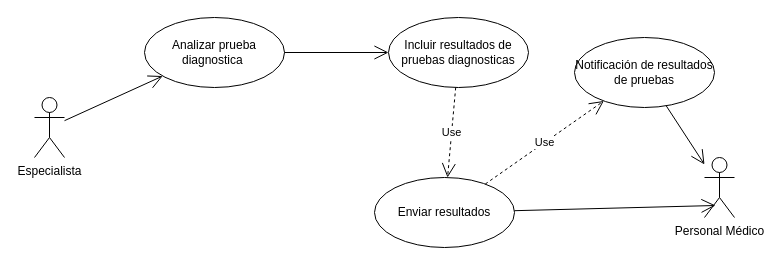
Above: page "CU Especialista" (12 of 15) of Diagramas de los Módulos.drawio in marguello86/Equipo1_MINSA (draw.io), before the change. Source tidied: cells renumbered, new cells numbered last; positions are measured from the earlier drawing's top-left corner, leaving out a move shared by most shapes. Both pictures are drawn from the tidied source at 100%, with x=0, y=0 at pixel (34, 17).
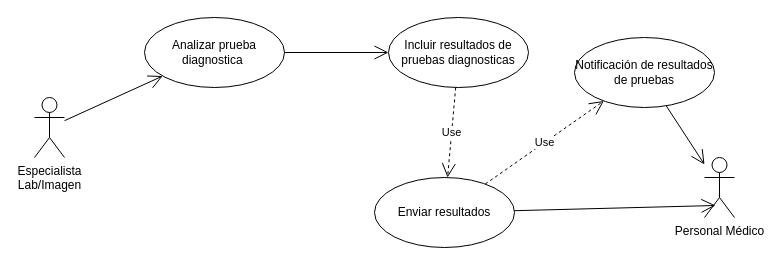
The same page after the edit.

Diff of the diagram source:
```diff
@@
 <mxGraphModel>
   <root>
     <mxCell id="0" />
     <mxCell id="1" parent="0" />
-    <mxCell id="2" value="Especialista" style="shape=umlActor;verticalLabelPosition=bottom;verticalAlign=top;html=1;" parent="1" vertex="1">
+    <mxCell id="2" value="Especialista&lt;br&gt;Lab/Imagen" style="shape=umlActor;verticalLabelPosition=bottom;verticalAlign=top;html=1;" parent="1" vertex="1">
       <mxGeometry y="80" width="30" height="60" as="geometry" />
     </mxCell>
     <mxCell id="3" value="Analizar prueba diagnostica&amp;nbsp;" style="ellipse;whiteSpace=wrap;html=1;" parent="1" vertex="1">
       <mxGeometry x="110" width="140" height="70" as="geometry" />
     </mxCell>
     <mxCell id="4" style="endArrow=open;endFill=1;endSize=12;html=1;rounded=0;" parent="1" edge="1" source="2" target="3">
       <mxGeometry relative="1" as="geometry" />
     </mxCell>
     <mxCell id="5" value="Incluir resultados de pruebas diagnosticas" style="ellipse;whiteSpace=wrap;html=1;" parent="1" vertex="1">
       <mxGeometry x="354" width="140" height="70" as="geometry" />
     </mxCell>
     <mxCell id="6" style="endArrow=open;endFill=1;endSize=12;html=1;rounded=0;" parent="1" edge="1" source="3" target="5">
       <mxGeometry relative="1" as="geometry" />
     </mxCell>
     <mxCell id="7" value="Personal Médico" style="shape=umlActor;verticalLabelPosition=bottom;verticalAlign=top;html=1;" parent="1" vertex="1">
       <mxGeometry x="670" y="140" width="30" height="60" as="geometry" />
     </mxCell>
     <mxCell id="8" value="Enviar resultados" style="ellipse;whiteSpace=wrap;html=1;" parent="1" vertex="1">
       <mxGeometry x="340" y="160" width="140" height="70" as="geometry" />
     </mxCell>
     <mxCell id="9" value="Notificación de resultados de pruebas" style="ellipse;whiteSpace=wrap;html=1;" parent="1" vertex="1">
       <mxGeometry x="540" y="20" width="140" height="70" as="geometry" />
     </mxCell>
     <mxCell id="10" value="Use" style="endArrow=open;endSize=12;dashed=1;html=1;rounded=0;" parent="1" edge="1" source="8" target="9">
       <mxGeometry relative="1" as="geometry" />
     </mxCell>
     <mxCell id="11" style="endArrow=open;endFill=1;endSize=12;html=1;rounded=0;" parent="1" edge="1" source="9" target="7">
       <mxGeometry relative="1" as="geometry" />
     </mxCell>
     <mxCell id="12" style="endArrow=open;endFill=1;endSize=12;html=1;rounded=0;entryX=0.367;entryY=0.8;entryDx=0;entryDy=0;entryPerimeter=0;" parent="1" edge="1" source="8" target="7">
       <mxGeometry relative="1" as="geometry" />
     </mxCell>
     <mxCell id="13" value="Use" style="endArrow=open;endSize=12;dashed=1;html=1;rounded=0;" parent="1" edge="1" source="5" target="8">
       <mxGeometry relative="1" as="geometry" />
     </mxCell>
   </root>
 </mxGraphModel>
```
